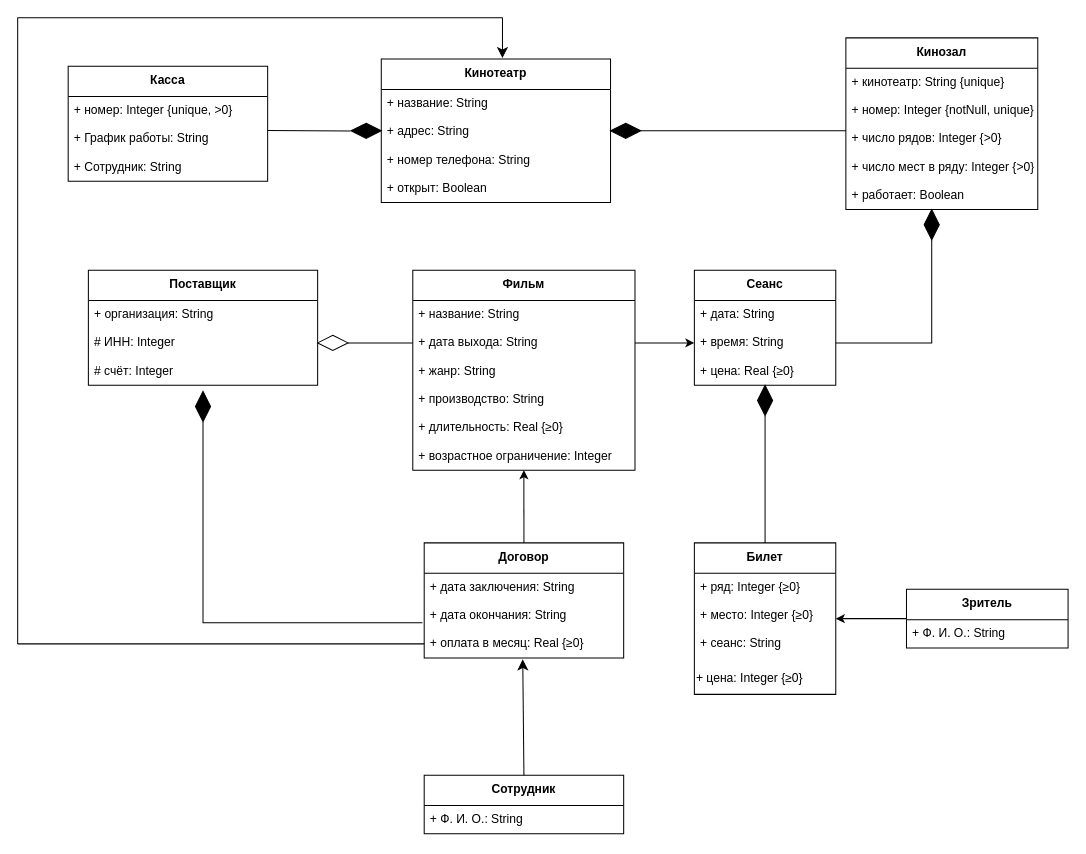
The draw.io diagram Диаграмма классов.drawio in ANDaniell/-design-practice, before the edit. Source tidied: cells renumbered, new cells numbered last; positions are measured from the earlier drawing's top-left corner, leaving out a move shared by most shapes. Both pictures are drawn from the tidied source at 101%, with x=0, y=0 at pixel (17, 17).
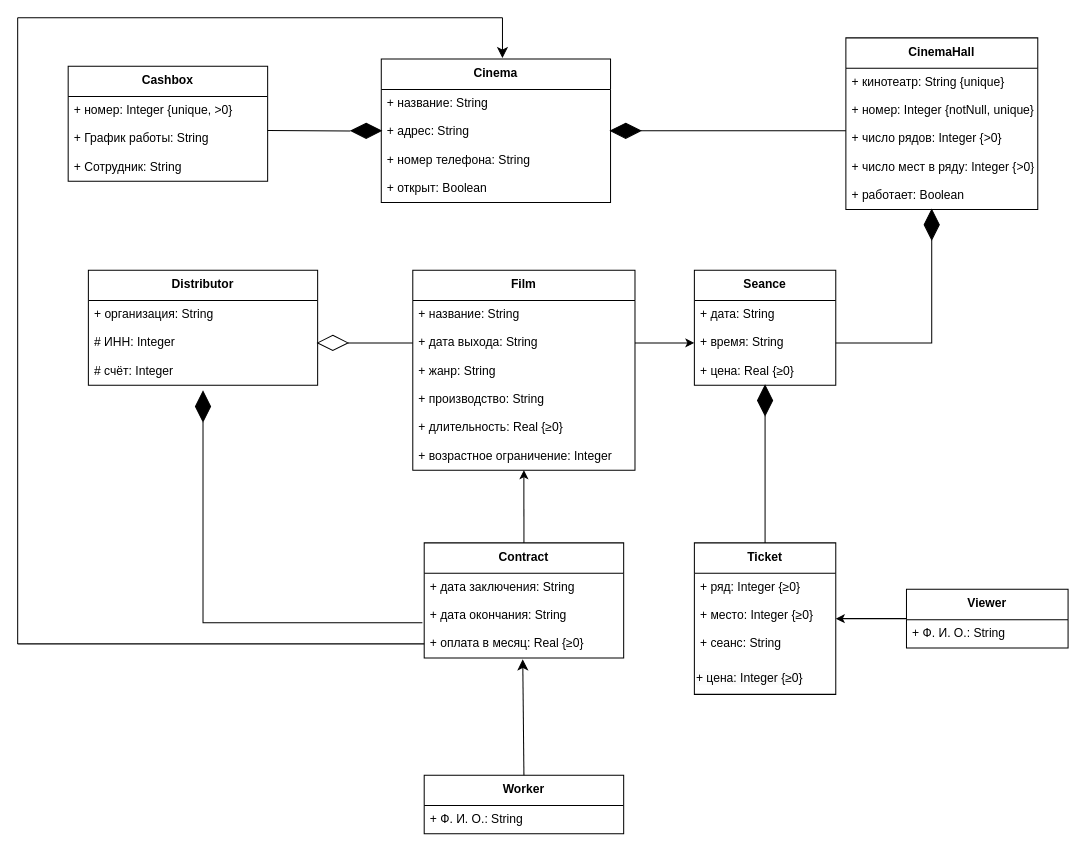
Above is the later version.

Diff of the diagram source:
```diff
@@
-    <mxCell id="2" value="Кинотеатр" style="swimlane;fontStyle=1;align=center;verticalAlign=top;horizontal=1;startSize=30;" parent="1" vertex="1">
+    <mxCell id="2" value="Cinema" style="swimlane;fontStyle=1;align=center;verticalAlign=top;horizontal=1;startSize=30;" parent="1" vertex="1">
       <mxGeometry x="360" y="41" width="227" height="142" as="geometry" />
     </mxCell>
@@
-    <mxCell id="7" value="Кинозал" style="swimlane;fontStyle=1;align=center;verticalAlign=top;horizontal=1;startSize=30;" parent="1" vertex="1">
+    <mxCell id="7" value="CinemaHall" style="swimlane;fontStyle=1;align=center;verticalAlign=top;horizontal=1;startSize=30;" parent="1" vertex="1">
       <mxGeometry x="820" y="20" width="190" height="170" as="geometry" />
     </mxCell>
@@
-    <mxCell id="13" value="Фильм" style="swimlane;fontStyle=1;align=center;verticalAlign=top;horizontal=1;startSize=30;" parent="1" vertex="1">
+    <mxCell id="13" value="Film" style="swimlane;fontStyle=1;align=center;verticalAlign=top;horizontal=1;startSize=30;" parent="1" vertex="1">
       <mxGeometry x="391.2" y="250" width="220" height="198" as="geometry" />
     </mxCell>
@@
-    <mxCell id="21" value="Сеанс" style="swimlane;fontStyle=1;align=center;verticalAlign=top;horizontal=1;startSize=30;" parent="1" vertex="1">
+    <mxCell id="21" value="Seance" style="swimlane;fontStyle=1;align=center;verticalAlign=top;horizontal=1;startSize=30;" parent="1" vertex="1">
       <mxGeometry x="670" y="250" width="140" height="114" as="geometry" />
     </mxCell>
@@
-    <mxCell id="25" value="Билет" style="swimlane;fontStyle=1;align=center;verticalAlign=top;horizontal=1;startSize=30;" parent="1" vertex="1">
+    <mxCell id="25" value="Ticket" style="swimlane;fontStyle=1;align=center;verticalAlign=top;horizontal=1;startSize=30;" parent="1" vertex="1">
       <mxGeometry x="670" y="520" width="140" height="150" as="geometry" />
     </mxCell>
@@
-    <mxCell id="30" value="Зритель" style="swimlane;fontStyle=1;align=center;verticalAlign=top;horizontal=1;startSize=30;" parent="1" vertex="1">
+    <mxCell id="30" value="Viewer" style="swimlane;fontStyle=1;align=center;verticalAlign=top;horizontal=1;startSize=30;" parent="1" vertex="1">
       <mxGeometry x="880" y="566" width="160" height="58" as="geometry" />
     </mxCell>
@@
-    <mxCell id="34" value="Сотрудник" style="swimlane;fontStyle=1;align=center;verticalAlign=top;horizontal=1;startSize=30;" parent="1" vertex="1">
+    <mxCell id="34" value="Worker" style="swimlane;fontStyle=1;align=center;verticalAlign=top;horizontal=1;startSize=30;" parent="1" vertex="1">
       <mxGeometry x="402.5" y="750" width="197.5" height="58" as="geometry" />
     </mxCell>
@@
-    <mxCell id="36" value="Договор" style="swimlane;fontStyle=1;align=center;verticalAlign=top;horizontal=1;startSize=30;" parent="1" vertex="1">
+    <mxCell id="36" value="Contract" style="swimlane;fontStyle=1;align=center;verticalAlign=top;horizontal=1;startSize=30;" parent="1" vertex="1">
       <mxGeometry x="402.5" y="520" width="197.5" height="114" as="geometry" />
     </mxCell>
@@
-    <mxCell id="40" value="Поставщик" style="swimlane;fontStyle=1;align=center;verticalAlign=top;horizontal=1;startSize=30;" parent="1" vertex="1">
+    <mxCell id="40" value="Distributor" style="swimlane;fontStyle=1;align=center;verticalAlign=top;horizontal=1;startSize=30;" parent="1" vertex="1">
       <mxGeometry x="70" y="250" width="227" height="114" as="geometry" />
     </mxCell>
@@
-    <mxCell id="55" value="Касса" style="swimlane;fontStyle=1;align=center;verticalAlign=top;horizontal=1;startSize=30;" parent="1" vertex="1">
+    <mxCell id="55" value="Cashbox" style="swimlane;fontStyle=1;align=center;verticalAlign=top;horizontal=1;startSize=30;" parent="1" vertex="1">
       <mxGeometry x="50" y="48" width="197.5" height="114" as="geometry" />
     </mxCell>
```
